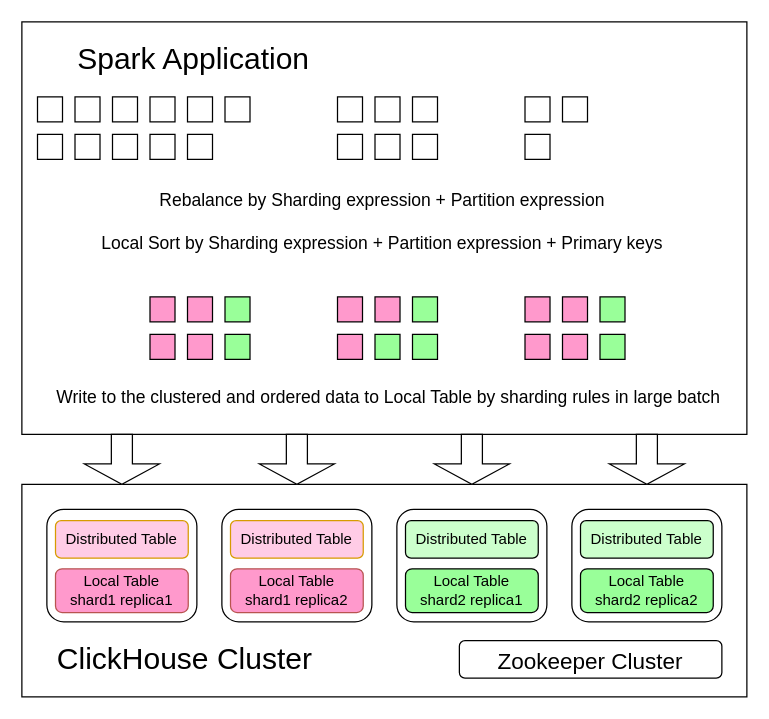
The draw.io diagram docs/imgs/scc_write_rebalance_sort.drawio in ClickHouse/spark-clickhouse-connector, before the edit. Source tidied: cells renumbered, new cells numbered last; positions are measured from the earlier drawing's top-left corner, leaving out a move shared by most shapes. Both pictures are drawn from the tidied source at 125%, with x=0, y=0 at pixel (21, 21).
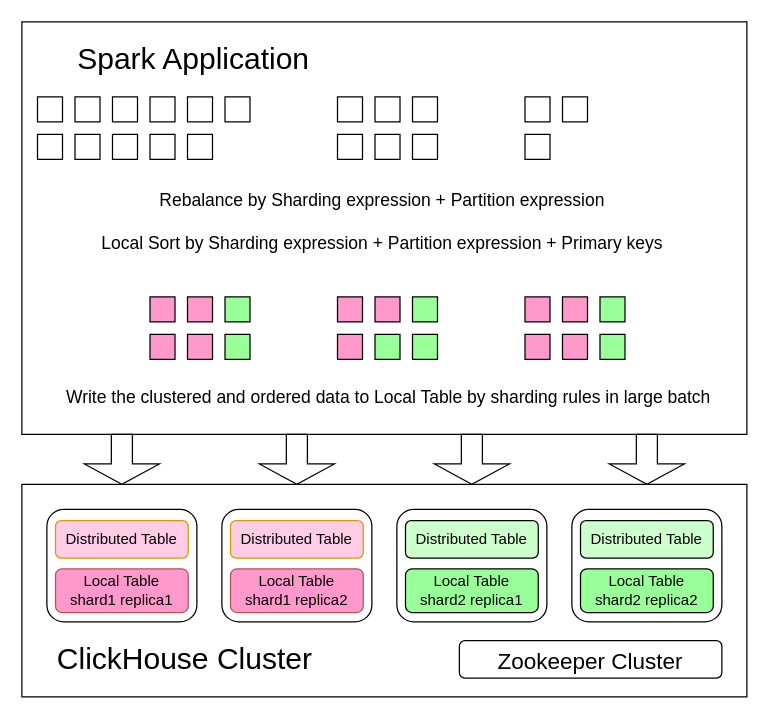
Above is the later version.

Diff of the diagram source:
```diff
@@
-    <mxCell id="57" value="&lt;font style=&quot;&quot;&gt;&lt;span style=&quot;font-size: 14px;&quot;&gt;Write to the clustered and ordered data to&lt;/span&gt;&lt;span style=&quot;font-size: 14px;&quot;&gt;&amp;nbsp;Local Table&amp;nbsp;&lt;/span&gt;&lt;span style=&quot;font-size: 14px;&quot;&gt;by sharding rules in large batch&lt;/span&gt;&lt;br&gt;&lt;/font&gt;" style="text;html=1;align=center;verticalAlign=middle;fillColor=none;strokeColor=none;rounded=0;" parent="1" vertex="1">
-      <mxGeometry x="17.5" y="290" width="550" height="20" as="geometry" />
+    <mxCell id="57" value="&lt;font style=&quot;&quot;&gt;&lt;span style=&quot;font-size: 14px;&quot;&gt;Write the clustered and ordered data to&lt;/span&gt;&lt;span style=&quot;font-size: 14px;&quot;&gt;&amp;nbsp;Local Table&amp;nbsp;&lt;/span&gt;&lt;span style=&quot;font-size: 14px;&quot;&gt;by sharding rules in large batch&lt;/span&gt;&lt;br&gt;&lt;/font&gt;" style="text;html=1;align=center;verticalAlign=middle;fillColor=none;strokeColor=none;rounded=0;" parent="1" vertex="1">
+      <mxGeometry x="27.5" y="290" width="530" height="20" as="geometry" />
     </mxCell>
```
